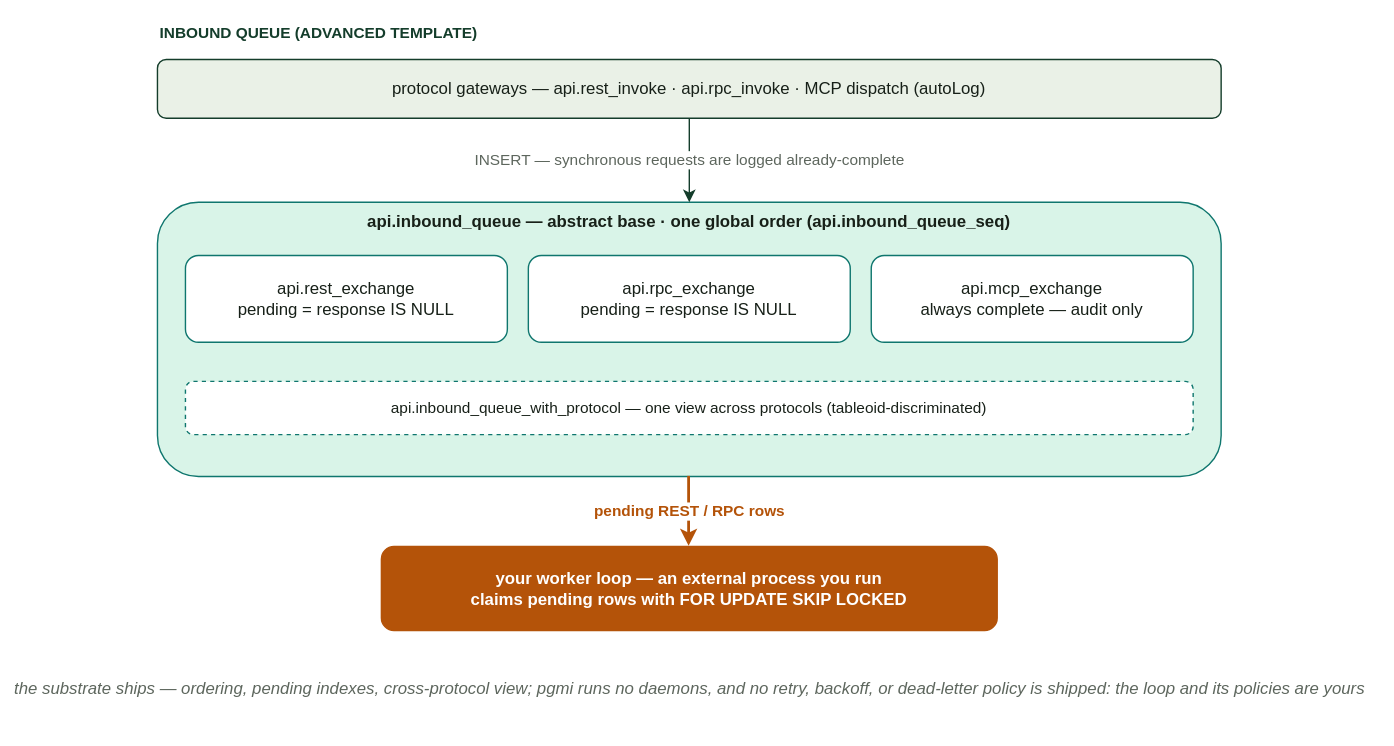
Above: docs/diagrams/d14-queue-infrastructure.drawio.svg in vvka-141/pgmi (draw.io), before the change. Source tidied: cells renumbered, new cells last; positions are measured from the earlier drawing's top-left corner, leaving out a move shared by most shapes. Its diagram source:
```xml
<mxGraphModel background="#fbfaf7">
  <root>
    <mxCell id="0" />
    <mxCell id="1" parent="0" />
    <mxCell id="2" value="INBOUND QUEUE (ADVANCED TEMPLATE)" style="text;html=1;align=left;fontStyle=1;fontSize=11;fontColor=#143d2b;" parent="1" vertex="1">
      <mxGeometry width="360" height="20" as="geometry" />
    </mxCell>
    <mxCell id="3" value="protocol gateways — api.rest_invoke · api.rpc_invoke · MCP dispatch (autoLog)" style="rounded=1;whiteSpace=wrap;html=1;fillColor=#eaf1e7;strokeColor=#143d2b;fontColor=#172018;fontSize=12;" parent="1" vertex="1">
      <mxGeometry y="32" width="760" height="42" as="geometry" />
    </mxCell>
    <mxCell id="4" value="api.inbound_queue — abstract base · one global order (api.inbound_queue_seq)" style="rounded=1;whiteSpace=wrap;html=1;verticalAlign=top;fillColor=#d9f4e8;strokeColor=#0f766e;fontColor=#172018;fontStyle=1;fontSize=12;" parent="1" vertex="1">
      <mxGeometry y="134" width="760" height="196" as="geometry" />
    </mxCell>
    <mxCell id="5" value="api.rest_exchange&#10;pending = response IS NULL" style="rounded=1;whiteSpace=wrap;html=1;fillColor=#ffffff;strokeColor=#0f766e;fontColor=#172018;fontSize=12;" parent="1" vertex="1">
      <mxGeometry x="20" y="172" width="230" height="62" as="geometry" />
    </mxCell>
    <mxCell id="6" value="api.rpc_exchange&#10;pending = response IS NULL" style="rounded=1;whiteSpace=wrap;html=1;fillColor=#ffffff;strokeColor=#0f766e;fontColor=#172018;fontSize=12;" parent="1" vertex="1">
      <mxGeometry x="265" y="172" width="230" height="62" as="geometry" />
    </mxCell>
    <mxCell id="7" value="api.mcp_exchange&#10;always complete — audit only" style="rounded=1;whiteSpace=wrap;html=1;fillColor=#ffffff;strokeColor=#0f766e;fontColor=#172018;fontSize=12;" parent="1" vertex="1">
      <mxGeometry x="510" y="172" width="230" height="62" as="geometry" />
    </mxCell>
    <mxCell id="8" value="api.inbound_queue_with_protocol — one view across protocols (tableoid-discriminated)" style="rounded=1;whiteSpace=wrap;html=1;fillColor=#ffffff;strokeColor=#0f766e;dashed=1;fontColor=#172018;fontSize=11;" parent="1" vertex="1">
      <mxGeometry x="20" y="262" width="720" height="38" as="geometry" />
    </mxCell>
    <mxCell id="9" value="INSERT — synchronous requests are logged already-complete" style="html=1;endArrow=classic;strokeColor=#143d2b;fontColor=#5d665d;fontSize=11;exitX=0.5;exitY=1;entryX=0.5;entryY=0;" parent="1" edge="1" source="3" target="4">
      <mxGeometry relative="1" as="geometry" />
    </mxCell>
    <mxCell id="10" value="your worker loop — an external process you run&#10;claims pending rows with FOR UPDATE SKIP LOCKED" style="rounded=1;whiteSpace=wrap;html=1;fillColor=#b45309;strokeColor=#b45309;fontColor=#ffffff;fontStyle=1;fontSize=12;" parent="1" vertex="1">
      <mxGeometry x="160" y="380" width="440" height="60" as="geometry" />
    </mxCell>
    <mxCell id="11" value="pending REST / RPC rows" style="html=1;endArrow=classic;strokeColor=#b45309;strokeWidth=2;fontColor=#b45309;fontStyle=1;fontSize=11;exitX=0.5;exitY=1;entryX=0.5;entryY=0;" parent="1" edge="1" source="4" target="10">
      <mxGeometry relative="1" as="geometry" />
    </mxCell>
    <mxCell id="12" value="the substrate ships — ordering, pending indexes, cross-protocol view; pgmi runs no daemons, and no retry, backoff, or dead-letter policy is shipped: the loop and its policies are yours" style="text;html=1;align=center;fontStyle=2;fontSize=12;fontColor=#5d665d;" parent="1" vertex="1">
      <mxGeometry y="468" width="760" height="34" as="geometry" />
    </mxCell>
  </root>
</mxGraphModel>
```
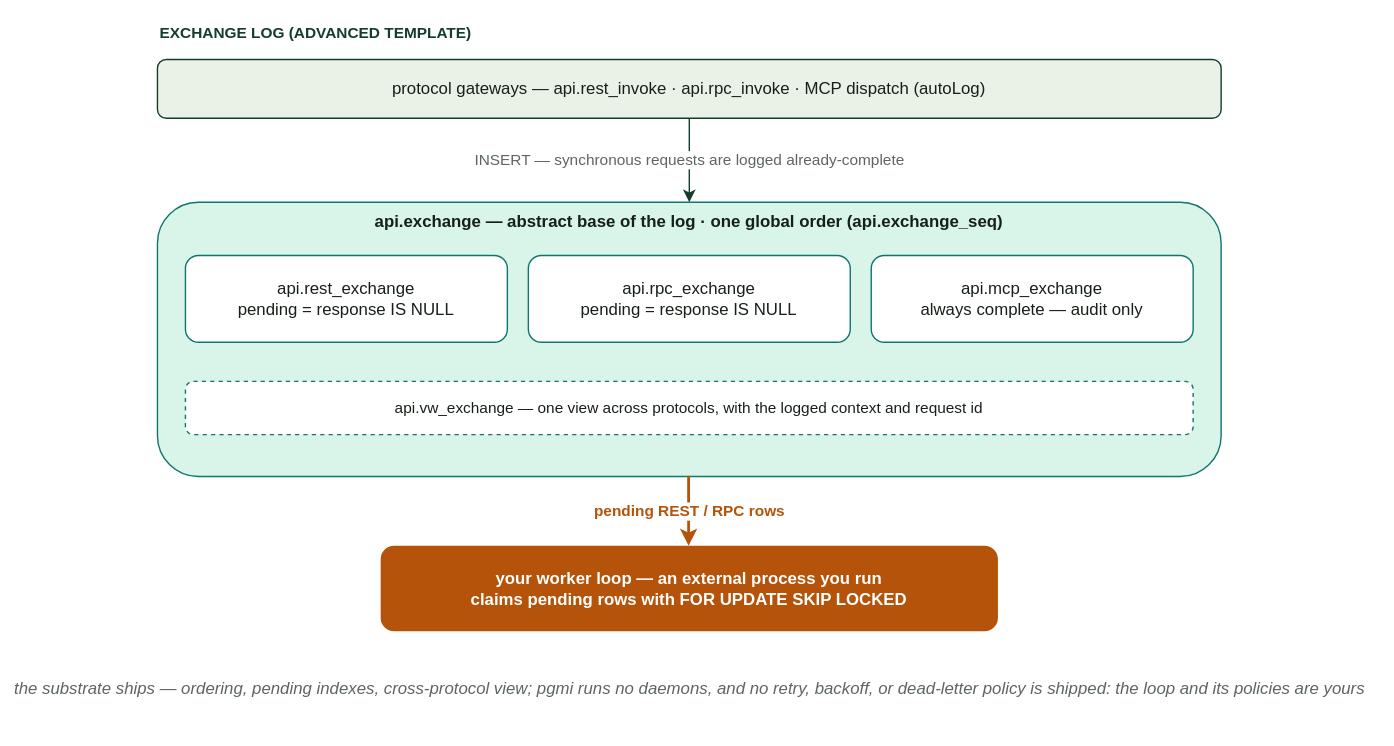
After the change.

The edit, as a diff of the source:
```diff
@@ -2,13 +2,13 @@
   <root>
     <mxCell id="0" />
     <mxCell id="1" parent="0" />
-    <mxCell id="2" value="INBOUND QUEUE (ADVANCED TEMPLATE)" style="text;html=1;align=left;fontStyle=1;fontSize=11;fontColor=#143d2b;" parent="1" vertex="1">
+    <mxCell id="2" value="EXCHANGE LOG (ADVANCED TEMPLATE)" style="text;html=1;align=left;fontStyle=1;fontSize=11;fontColor=#143d2b;" parent="1" vertex="1">
       <mxGeometry width="360" height="20" as="geometry" />
     </mxCell>
     <mxCell id="3" value="protocol gateways — api.rest_invoke · api.rpc_invoke · MCP dispatch (autoLog)" style="rounded=1;whiteSpace=wrap;html=1;fillColor=#eaf1e7;strokeColor=#143d2b;fontColor=#172018;fontSize=12;" parent="1" vertex="1">
       <mxGeometry y="32" width="760" height="42" as="geometry" />
     </mxCell>
-    <mxCell id="4" value="api.inbound_queue — abstract base · one global order (api.inbound_queue_seq)" style="rounded=1;whiteSpace=wrap;html=1;verticalAlign=top;fillColor=#d9f4e8;strokeColor=#0f766e;fontColor=#172018;fontStyle=1;fontSize=12;" parent="1" vertex="1">
+    <mxCell id="4" value="api.exchange — abstract base of the log · one global order (api.exchange_seq)" style="rounded=1;whiteSpace=wrap;html=1;verticalAlign=top;fillColor=#d9f4e8;strokeColor=#0f766e;fontColor=#172018;fontStyle=1;fontSize=12;" parent="1" vertex="1">
       <mxGeometry y="134" width="760" height="196" as="geometry" />
     </mxCell>
     <mxCell id="5" value="api.rest_exchange&#10;pending = response IS NULL" style="rounded=1;whiteSpace=wrap;html=1;fillColor=#ffffff;strokeColor=#0f766e;fontColor=#172018;fontSize=12;" parent="1" vertex="1">
@@ -20,7 +20,7 @@
     <mxCell id="7" value="api.mcp_exchange&#10;always complete — audit only" style="rounded=1;whiteSpace=wrap;html=1;fillColor=#ffffff;strokeColor=#0f766e;fontColor=#172018;fontSize=12;" parent="1" vertex="1">
       <mxGeometry x="510" y="172" width="230" height="62" as="geometry" />
     </mxCell>
-    <mxCell id="8" value="api.inbound_queue_with_protocol — one view across protocols (tableoid-discriminated)" style="rounded=1;whiteSpace=wrap;html=1;fillColor=#ffffff;strokeColor=#0f766e;dashed=1;fontColor=#172018;fontSize=11;" parent="1" vertex="1">
+    <mxCell id="8" value="api.vw_exchange — one view across protocols, with the logged context and request id" style="rounded=1;whiteSpace=wrap;html=1;fillColor=#ffffff;strokeColor=#0f766e;dashed=1;fontColor=#172018;fontSize=11;" parent="1" vertex="1">
       <mxGeometry x="20" y="262" width="720" height="38" as="geometry" />
     </mxCell>
     <mxCell id="9" value="INSERT — synchronous requests are logged already-complete" style="html=1;endArrow=classic;strokeColor=#143d2b;fontColor=#5d665d;fontSize=11;exitX=0.5;exitY=1;entryX=0.5;entryY=0;" parent="1" edge="1" source="3" target="4">
```
